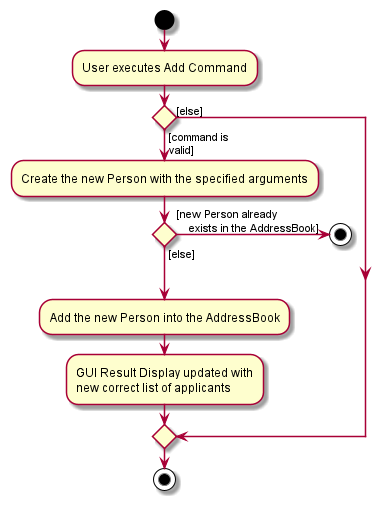
Earlier version of the PlantUML export docs/images/AddCommandActivityDiagram.png (nus-cs2103-AY2122S1/tp).
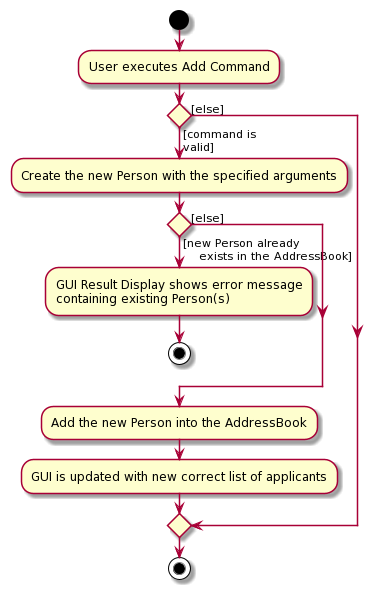
The same file after the commit.

Commit message:
Change Add and Edit diagrams and add Show Command design considerations

What changed in the source:
```diff
@@ -11,6 +11,9 @@
     if () then ([new Person already
     exists in the AddressBook])
 
+        :GUI Result Display shows error message
+        containing existing Person(s);
+
         stop
 
     else ([else])
@@ -18,8 +21,7 @@
 
     :Add the new Person into the AddressBook;
 
-    :GUI Result Display updated with
-    new correct list of applicants;
+    :GUI is updated with new correct list of applicants;
 else ([else])
 endif
 stop
```
